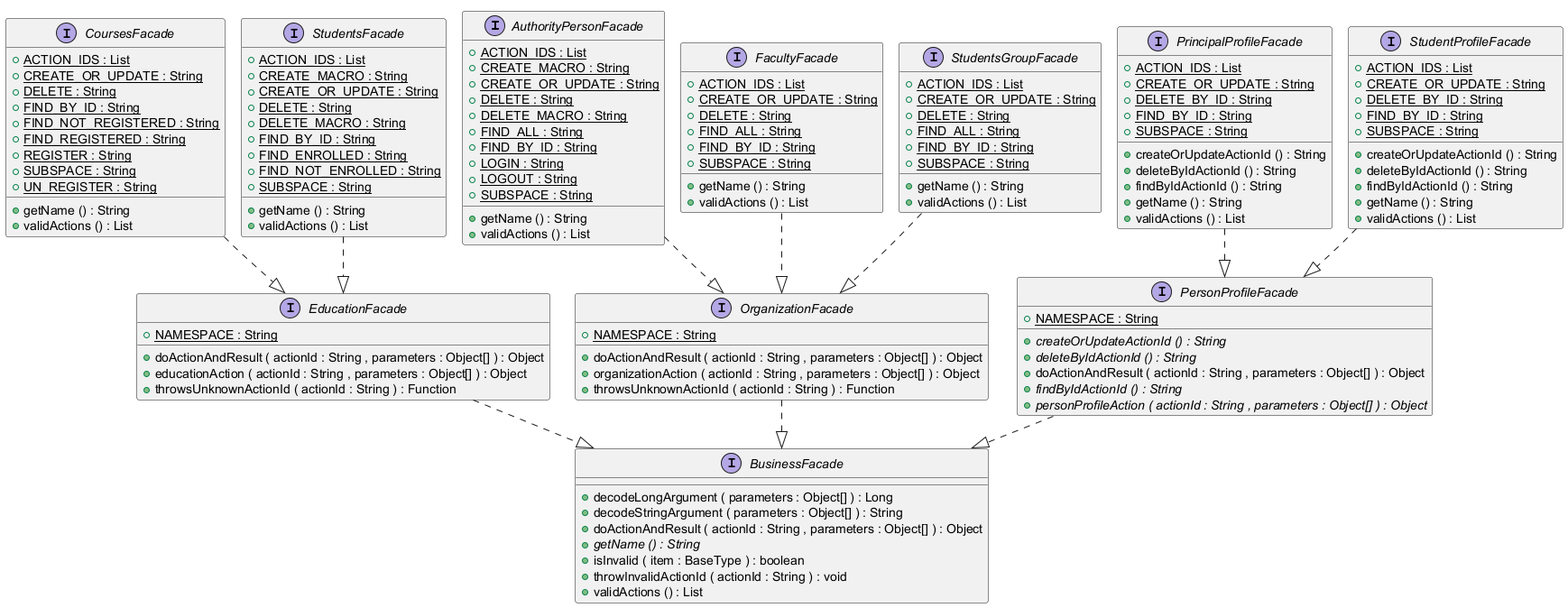
Before: micro-core/documentation/html/images/BusinessLogicFacades.puml.png.png, a diagram exported from PlantUML (OlegSopilnyak/school-demo).
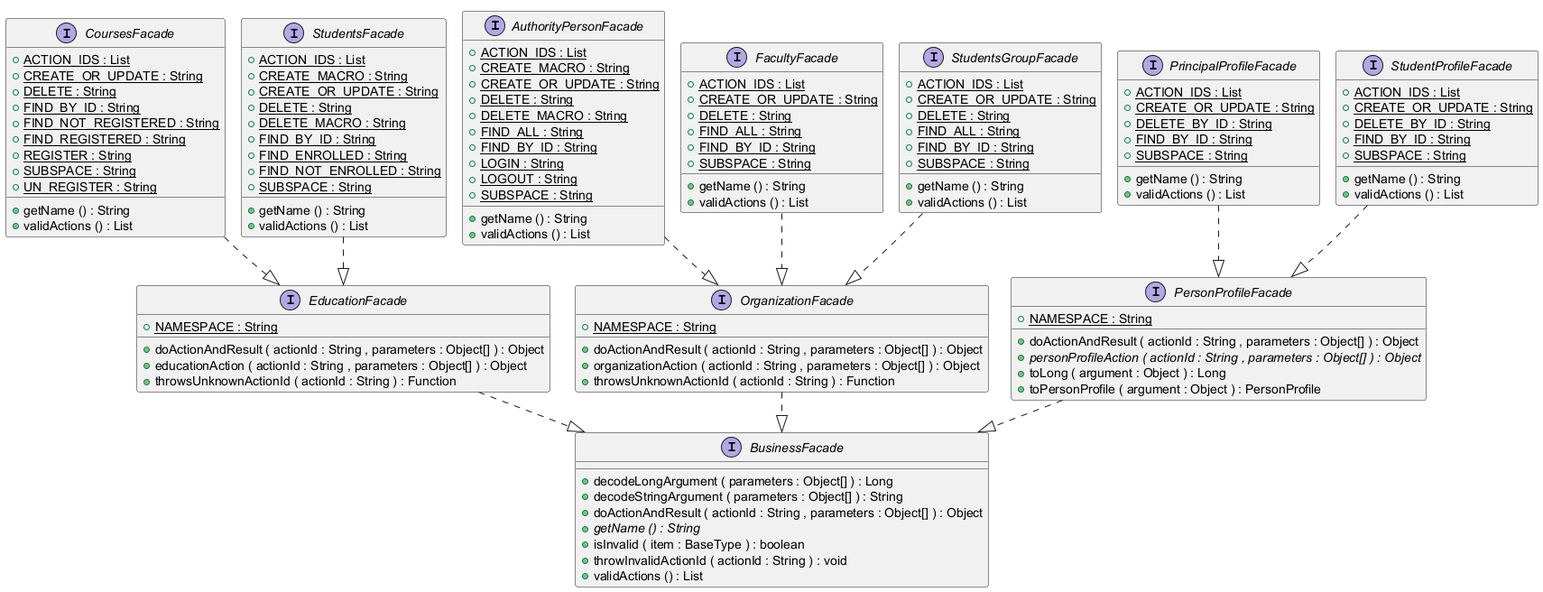
Above is the later version.

Diff of the diagram source:
```diff
@@ -73,11 +73,10 @@
 
 interface PersonProfileFacade {
 	{field} {static} +NAMESPACE : String
-	{method}  {abstract} +createOrUpdateActionId () : String
-	{method}  {abstract} +deleteByIdActionId () : String
 	{method} +doActionAndResult ( actionId : String , parameters : Object[] ) : Object
-	{method}  {abstract} +findByIdActionId () : String
 	{method}  {abstract} +personProfileAction ( actionId : String , parameters : Object[] ) : Object
+	{method} +toLong ( argument : Object ) : Long
+	{method} +toPersonProfile ( argument : Object ) : PersonProfile
 }
 
 
@@ -87,9 +86,6 @@
 	{field} {static} +DELETE_BY_ID : String
 	{field} {static} +FIND_BY_ID : String
 	{field} {static} +SUBSPACE : String
-	{method} +createOrUpdateActionId () : String
-	{method} +deleteByIdActionId () : String
-	{method} +findByIdActionId () : String
 	{method} +getName () : String
 	{method} +validActions () : List
 }
@@ -101,9 +97,6 @@
 	{field} {static} +DELETE_BY_ID : String
 	{field} {static} +FIND_BY_ID : String
 	{field} {static} +SUBSPACE : String
-	{method} +createOrUpdateActionId () : String
-	{method} +deleteByIdActionId () : String
-	{method} +findByIdActionId () : String
 	{method} +getName () : String
 	{method} +validActions () : List
 }
```
